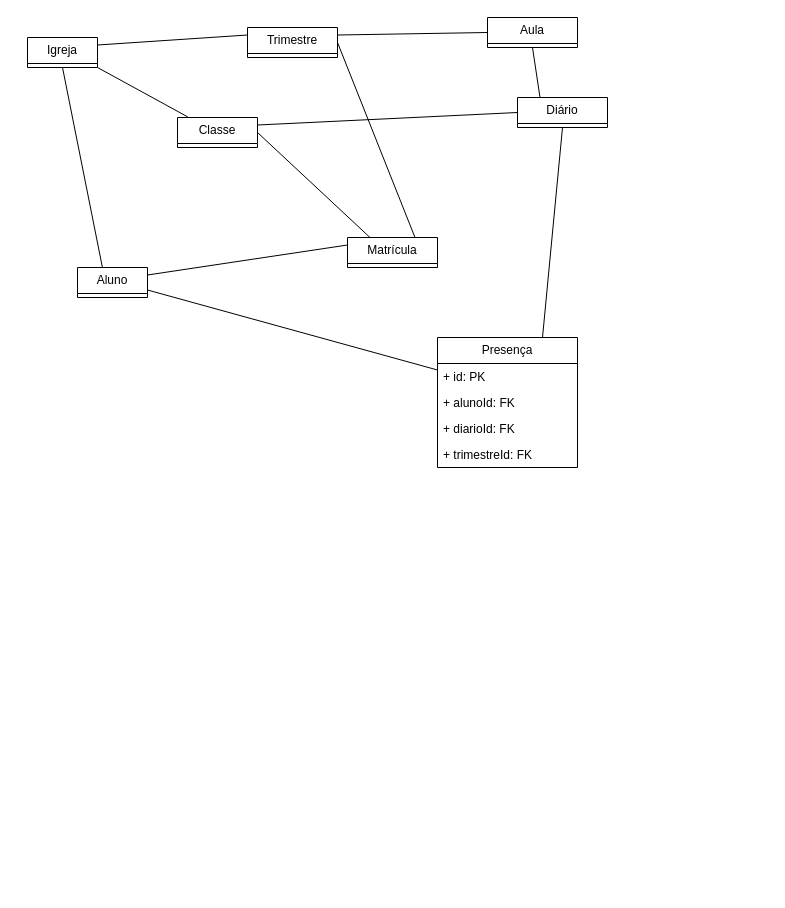
Above: page "Modelo de dados" (3 of 3) of EBD.drawio in gelira/ebd (draw.io), before the change. Source tidied: cells renumbered, new cells numbered last; positions are measured from the earlier drawing's top-left corner, leaving out a move shared by most shapes. Both pictures are drawn from the tidied source at 100%, with x=0, y=0 at pixel (27, 17).
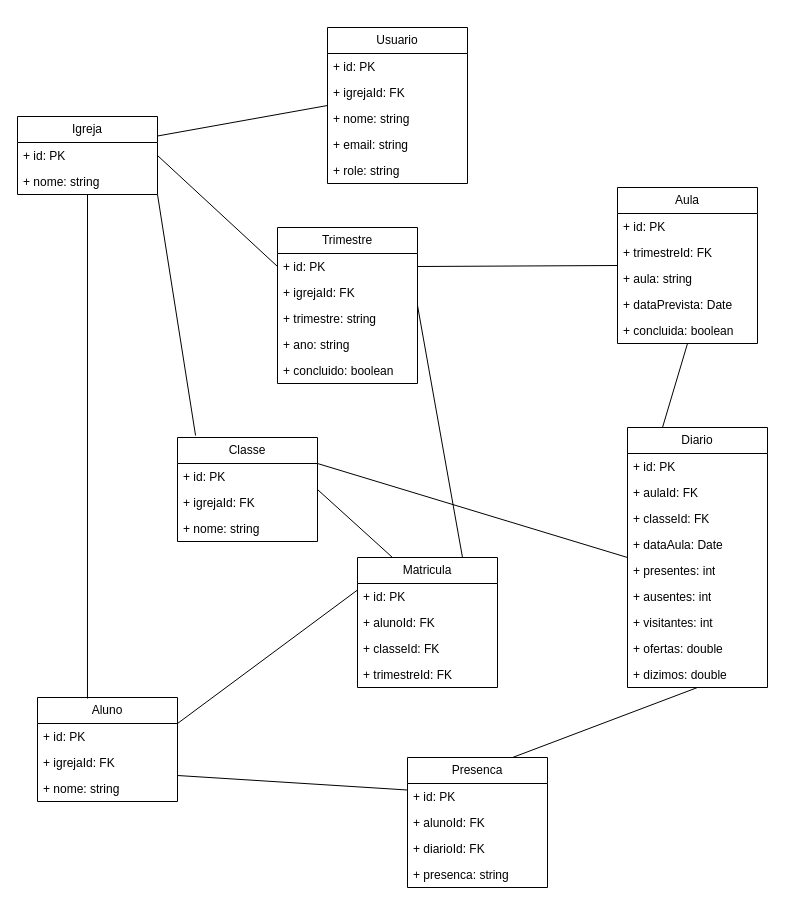
The same page after the edit.

Commit message:
chore: data model update

What changed in the source:
```diff
@@
-    <mxCell id="2" value="Aluno" style="swimlane;fontStyle=0;horizontal=1;startSize=26;fillColor=none;whiteSpace=wrap;html=1;shadow=0;" parent="1" vertex="1" collapsed="1">
-      <mxGeometry x="50" y="250" width="70" height="30" as="geometry" />
+    <mxCell id="2" value="Aluno" style="swimlane;fontStyle=0;horizontal=1;startSize=26;fillColor=none;whiteSpace=wrap;html=1;shadow=0;" parent="1" vertex="1">
+      <mxGeometry x="10" y="680" width="140" height="104" as="geometry" />
     </mxCell>
+    <mxCell id="25" value="+ id: PK" style="text;strokeColor=none;fillColor=none;align=left;verticalAlign=top;spacingLeft=4;spacingRight=4;overflow=hidden;whiteSpace=wrap;html=1;" parent="2" vertex="1">
+      <mxGeometry y="26" width="140" height="26" as="geometry" />
+    </mxCell>
+    <mxCell id="26" value="+ igrejaId: FK" style="text;strokeColor=none;fillColor=none;align=left;verticalAlign=top;spacingLeft=4;spacingRight=4;overflow=hidden;whiteSpace=wrap;html=1;" parent="2" vertex="1">
+      <mxGeometry y="52" width="140" height="26" as="geometry" />
+    </mxCell>
+    <mxCell id="27" value="+ nome: string" style="text;strokeColor=none;fillColor=none;align=left;verticalAlign=top;spacingLeft=4;spacingRight=4;overflow=hidden;whiteSpace=wrap;html=1;" parent="2" vertex="1">
+      <mxGeometry y="78" width="140" height="26" as="geometry" />
+    </mxCell>
-    <mxCell id="3" style="rounded=0;jettySize=auto;html=1;exitX=1;exitY=0.25;exitDx=0;exitDy=0;entryX=0;entryY=0.25;entryDx=0;entryDy=0;endArrow=none;startFill=0;strokeColor=default;" parent="1" edge="1" source="4" target="7">
+    <mxCell id="3" style="rounded=0;jettySize=auto;html=1;exitX=1;exitY=0.5;exitDx=0;exitDy=0;entryX=0;entryY=0.25;entryDx=0;entryDy=0;endArrow=none;startFill=0;strokeColor=default;" parent="1" edge="1" source="4" target="7">
       <mxGeometry relative="1" as="geometry" />
     </mxCell>
-    <mxCell id="4" value="Igreja" style="swimlane;fontStyle=0;horizontal=1;startSize=26;fillColor=none;whiteSpace=wrap;html=1;" parent="1" vertex="1" collapsed="1">
-      <mxGeometry y="20" width="70" height="30" as="geometry" />
+    <mxCell id="4" value="Igreja" style="swimlane;fontStyle=0;horizontal=1;startSize=26;fillColor=none;whiteSpace=wrap;html=1;" parent="1" vertex="1">
+      <mxGeometry x="-10" y="99" width="140" height="78" as="geometry" />
     </mxCell>
+    <mxCell id="28" value="+ id: PK" style="text;strokeColor=none;fillColor=none;align=left;verticalAlign=top;spacingLeft=4;spacingRight=4;overflow=hidden;whiteSpace=wrap;html=1;" parent="4" vertex="1">
+      <mxGeometry y="26" width="140" height="26" as="geometry" />
+    </mxCell>
+    <mxCell id="29" value="+ nome: string" style="text;strokeColor=none;fillColor=none;align=left;verticalAlign=top;spacingLeft=4;spacingRight=4;overflow=hidden;whiteSpace=wrap;html=1;" parent="4" vertex="1">
+      <mxGeometry y="52" width="140" height="26" as="geometry" />
+    </mxCell>
-    <mxCell id="5" value="Classe" style="swimlane;fontStyle=0;horizontal=1;startSize=26;fillColor=none;whiteSpace=wrap;html=1;" parent="1" vertex="1" collapsed="1">
-      <mxGeometry x="150" y="100" width="80" height="30" as="geometry" />
+    <mxCell id="5" value="Classe" style="swimlane;fontStyle=0;horizontal=1;startSize=26;fillColor=none;whiteSpace=wrap;html=1;" parent="1" vertex="1">
+      <mxGeometry x="150" y="420" width="140" height="104" as="geometry" />
     </mxCell>
+    <mxCell id="30" value="+ id: PK" style="text;strokeColor=none;fillColor=none;align=left;verticalAlign=top;spacingLeft=4;spacingRight=4;overflow=hidden;whiteSpace=wrap;html=1;" parent="5" vertex="1">
+      <mxGeometry y="26" width="140" height="26" as="geometry" />
+    </mxCell>
+    <mxCell id="31" value="+ igrejaId: FK" style="text;strokeColor=none;fillColor=none;align=left;verticalAlign=top;spacingLeft=4;spacingRight=4;overflow=hidden;whiteSpace=wrap;html=1;" parent="5" vertex="1">
+      <mxGeometry y="52" width="140" height="26" as="geometry" />
+    </mxCell>
+    <mxCell id="32" value="+ nome: string" style="text;strokeColor=none;fillColor=none;align=left;verticalAlign=top;spacingLeft=4;spacingRight=4;overflow=hidden;whiteSpace=wrap;html=1;" parent="5" vertex="1">
+      <mxGeometry y="78" width="140" height="26" as="geometry" />
+    </mxCell>
@@
-    <mxCell id="7" value="Trimestre" style="swimlane;fontStyle=0;horizontal=1;startSize=26;fillColor=none;whiteSpace=wrap;html=1;" parent="1" vertex="1" collapsed="1">
-      <mxGeometry x="220" y="10" width="90" height="30" as="geometry" />
+    <mxCell id="7" value="Trimestre" style="swimlane;fontStyle=0;horizontal=1;startSize=26;fillColor=none;whiteSpace=wrap;html=1;" parent="1" vertex="1">
+      <mxGeometry x="250" y="210" width="140" height="156" as="geometry" />
     </mxCell>
+    <mxCell id="33" value="+ id: PK" style="text;strokeColor=none;fillColor=none;align=left;verticalAlign=top;spacingLeft=4;spacingRight=4;overflow=hidden;whiteSpace=wrap;html=1;" parent="7" vertex="1">
+      <mxGeometry y="26" width="140" height="26" as="geometry" />
+    </mxCell>
+    <mxCell id="34" value="+ igrejaId: FK" style="text;strokeColor=none;fillColor=none;align=left;verticalAlign=top;spacingLeft=4;spacingRight=4;overflow=hidden;whiteSpace=wrap;html=1;" parent="7" vertex="1">
+      <mxGeometry y="52" width="140" height="26" as="geometry" />
+    </mxCell>
+    <mxCell id="35" value="+ trimestre: string" style="text;strokeColor=none;fillColor=none;align=left;verticalAlign=top;spacingLeft=4;spacingRight=4;overflow=hidden;whiteSpace=wrap;html=1;" parent="7" vertex="1">
+      <mxGeometry y="78" width="140" height="26" as="geometry" />
+    </mxCell>
+    <mxCell id="36" value="+ ano: string" style="text;strokeColor=none;fillColor=none;align=left;verticalAlign=top;spacingLeft=4;spacingRight=4;overflow=hidden;whiteSpace=wrap;html=1;" parent="7" vertex="1">
+      <mxGeometry y="104" width="140" height="26" as="geometry" />
+    </mxCell>
+    <mxCell id="37" value="+ concluido: boolean" style="text;strokeColor=none;fillColor=none;align=left;verticalAlign=top;spacingLeft=4;spacingRight=4;overflow=hidden;whiteSpace=wrap;html=1;" parent="7" vertex="1">
+      <mxGeometry y="130" width="140" height="26" as="geometry" />
+    </mxCell>
@@
-    <mxCell id="13" value="Matrícula" style="swimlane;fontStyle=0;horizontal=1;startSize=26;fillColor=none;whiteSpace=wrap;html=1;" parent="1" vertex="1" collapsed="1">
-      <mxGeometry x="320" y="220" width="90" height="30" as="geometry" />
+    <mxCell id="13" value="Matricula" style="swimlane;fontStyle=0;horizontal=1;startSize=26;fillColor=none;whiteSpace=wrap;html=1;" parent="1" vertex="1">
+      <mxGeometry x="330" y="540" width="140" height="130" as="geometry" />
     </mxCell>
+    <mxCell id="38" value="+ id: PK" style="text;strokeColor=none;fillColor=none;align=left;verticalAlign=top;spacingLeft=4;spacingRight=4;overflow=hidden;whiteSpace=wrap;html=1;" parent="13" vertex="1">
+      <mxGeometry y="26" width="140" height="26" as="geometry" />
+    </mxCell>
+    <mxCell id="39" value="+ alunoId: FK" style="text;strokeColor=none;fillColor=none;align=left;verticalAlign=top;spacingLeft=4;spacingRight=4;overflow=hidden;whiteSpace=wrap;html=1;" parent="13" vertex="1">
+      <mxGeometry y="52" width="140" height="26" as="geometry" />
+    </mxCell>
+    <mxCell id="40" value="+ classeId: FK" style="text;strokeColor=none;fillColor=none;align=left;verticalAlign=top;spacingLeft=4;spacingRight=4;overflow=hidden;whiteSpace=wrap;html=1;" parent="13" vertex="1">
+      <mxGeometry y="78" width="140" height="26" as="geometry" />
+    </mxCell>
+    <mxCell id="41" value="+ trimestreId: FK" style="text;strokeColor=none;fillColor=none;align=left;verticalAlign=top;spacingLeft=4;spacingRight=4;overflow=hidden;whiteSpace=wrap;html=1;" parent="13" vertex="1">
+      <mxGeometry y="104" width="140" height="26" as="geometry" />
+    </mxCell>
-    <mxCell id="14" value="Aula" style="swimlane;fontStyle=0;horizontal=1;startSize=26;fillColor=none;whiteSpace=wrap;html=1;" parent="1" vertex="1" collapsed="1">
-      <mxGeometry x="460" width="90" height="30" as="geometry" />
+    <mxCell id="14" value="Aula" style="swimlane;fontStyle=0;horizontal=1;startSize=26;fillColor=none;whiteSpace=wrap;html=1;" parent="1" vertex="1">
+      <mxGeometry x="590" y="170" width="140" height="156" as="geometry" />
     </mxCell>
+    <mxCell id="42" value="+ id: PK" style="text;strokeColor=none;fillColor=none;align=left;verticalAlign=top;spacingLeft=4;spacingRight=4;overflow=hidden;whiteSpace=wrap;html=1;" parent="14" vertex="1">
+      <mxGeometry y="26" width="140" height="26" as="geometry" />
+    </mxCell>
+    <mxCell id="43" value="+ trimestreId: FK" style="text;strokeColor=none;fillColor=none;align=left;verticalAlign=top;spacingLeft=4;spacingRight=4;overflow=hidden;whiteSpace=wrap;html=1;" parent="14" vertex="1">
+      <mxGeometry y="52" width="140" height="26" as="geometry" />
+    </mxCell>
+    <mxCell id="44" value="+ aula: string" style="text;strokeColor=none;fillColor=none;align=left;verticalAlign=top;spacingLeft=4;spacingRight=4;overflow=hidden;whiteSpace=wrap;html=1;" parent="14" vertex="1">
+      <mxGeometry y="78" width="140" height="26" as="geometry" />
+    </mxCell>
+    <mxCell id="45" value="+ dataPrevista: Date" style="text;strokeColor=none;fillColor=none;align=left;verticalAlign=top;spacingLeft=4;spacingRight=4;overflow=hidden;whiteSpace=wrap;html=1;" parent="14" vertex="1">
+      <mxGeometry y="104" width="140" height="26" as="geometry" />
+    </mxCell>
+    <mxCell id="46" value="+ concluida: boolean" style="text;strokeColor=none;fillColor=none;align=left;verticalAlign=top;spacingLeft=4;spacingRight=4;overflow=hidden;whiteSpace=wrap;html=1;" parent="14" vertex="1">
+      <mxGeometry y="130" width="140" height="26" as="geometry" />
+    </mxCell>
@@
-    <mxCell id="17" value="Diário" style="swimlane;fontStyle=0;horizontal=1;startSize=26;fillColor=none;whiteSpace=wrap;html=1;" parent="1" vertex="1" collapsed="1">
-      <mxGeometry x="490" y="80" width="90" height="30" as="geometry" />
+    <mxCell id="17" value="Diario" style="swimlane;fontStyle=0;horizontal=1;startSize=26;fillColor=none;whiteSpace=wrap;html=1;" parent="1" vertex="1">
+      <mxGeometry x="600" y="410" width="140" height="260" as="geometry" />
     </mxCell>
+    <mxCell id="47" value="+ id: PK" style="text;strokeColor=none;fillColor=none;align=left;verticalAlign=top;spacingLeft=4;spacingRight=4;overflow=hidden;whiteSpace=wrap;html=1;" parent="17" vertex="1">
+      <mxGeometry y="26" width="140" height="26" as="geometry" />
+    </mxCell>
+    <mxCell id="48" value="+ aulaId: FK" style="text;strokeColor=none;fillColor=none;align=left;verticalAlign=top;spacingLeft=4;spacingRight=4;overflow=hidden;whiteSpace=wrap;html=1;" parent="17" vertex="1">
+      <mxGeometry y="52" width="140" height="26" as="geometry" />
+    </mxCell>
+    <mxCell id="49" value="+ classeId: FK" style="text;strokeColor=none;fillColor=none;align=left;verticalAlign=top;spacingLeft=4;spacingRight=4;overflow=hidden;whiteSpace=wrap;html=1;" parent="17" vertex="1">
+      <mxGeometry y="78" width="140" height="26" as="geometry" />
+    </mxCell>
+    <mxCell id="50" value="+ dataAula: Date" style="text;strokeColor=none;fillColor=none;align=left;verticalAlign=top;spacingLeft=4;spacingRight=4;overflow=hidden;whiteSpace=wrap;html=1;" parent="17" vertex="1">
+      <mxGeometry y="104" width="140" height="26" as="geometry" />
+    </mxCell>
+    <mxCell id="51" value="+ presentes: int" style="text;strokeColor=none;fillColor=none;align=left;verticalAlign=top;spacingLeft=4;spacingRight=4;overflow=hidden;whiteSpace=wrap;html=1;" parent="17" vertex="1">
+      <mxGeometry y="130" width="140" height="26" as="geometry" />
+    </mxCell>
+    <mxCell id="52" value="+ ausentes: int" style="text;strokeColor=none;fillColor=none;align=left;verticalAlign=top;spacingLeft=4;spacingRight=4;overflow=hidden;whiteSpace=wrap;html=1;" parent="17" vertex="1">
+      <mxGeometry y="156" width="140" height="26" as="geometry" />
+    </mxCell>
+    <mxCell id="53" value="+ visitantes: int" style="text;strokeColor=none;fillColor=none;align=left;verticalAlign=top;spacingLeft=4;spacingRight=4;overflow=hidden;whiteSpace=wrap;html=1;" parent="17" vertex="1">
+      <mxGeometry y="182" width="140" height="26" as="geometry" />
+    </mxCell>
+    <mxCell id="54" value="+ ofertas: double" style="text;strokeColor=none;fillColor=none;align=left;verticalAlign=top;spacingLeft=4;spacingRight=4;overflow=hidden;whiteSpace=wrap;html=1;" parent="17" vertex="1">
+      <mxGeometry y="208" width="140" height="26" as="geometry" />
+    </mxCell>
+    <mxCell id="55" value="+ dizimos: double" style="text;strokeColor=none;fillColor=none;align=left;verticalAlign=top;spacingLeft=4;spacingRight=4;overflow=hidden;whiteSpace=wrap;html=1;" parent="17" vertex="1">
+      <mxGeometry y="234" width="140" height="26" as="geometry" />
+    </mxCell>
@@
-    <mxCell id="20" value="Presença" style="swimlane;fontStyle=0;horizontal=1;startSize=26;fillColor=none;whiteSpace=wrap;html=1;" parent="1" vertex="1">
-      <mxGeometry x="410" y="320" width="140" height="130" as="geometry" />
+    <mxCell id="20" value="Presenca" style="swimlane;fontStyle=0;horizontal=1;startSize=26;fillColor=none;whiteSpace=wrap;html=1;" parent="1" vertex="1">
+      <mxGeometry x="380" y="740" width="140" height="130" as="geometry" />
     </mxCell>
@@
-    <mxCell id="24" value="+ trimestreId: FK" style="text;strokeColor=none;fillColor=none;align=left;verticalAlign=top;spacingLeft=4;spacingRight=4;overflow=hidden;whiteSpace=wrap;html=1;" parent="20" vertex="1">
+    <mxCell id="24" value="+ presenca: string" style="text;strokeColor=none;fillColor=none;align=left;verticalAlign=top;spacingLeft=4;spacingRight=4;overflow=hidden;whiteSpace=wrap;html=1;" parent="20" vertex="1">
       <mxGeometry y="104" width="140" height="26" as="geometry" />
     </mxCell>
+    <mxCell id="56" style="rounded=0;jettySize=auto;html=1;exitX=0;exitY=0.5;exitDx=0;exitDy=0;entryX=1;entryY=0.25;entryDx=0;entryDy=0;endArrow=none;startFill=0;" parent="1" edge="1" source="57" target="4">
+      <mxGeometry relative="1" as="geometry" />
+    </mxCell>
+    <mxCell id="57" value="Usuario" style="swimlane;fontStyle=0;horizontal=1;startSize=26;fillColor=none;whiteSpace=wrap;html=1;" parent="1" vertex="1">
+      <mxGeometry x="300" y="10" width="140" height="156" as="geometry" />
+    </mxCell>
+    <mxCell id="58" value="+ id: PK" style="text;strokeColor=none;fillColor=none;align=left;verticalAlign=top;spacingLeft=4;spacingRight=4;overflow=hidden;whiteSpace=wrap;html=1;" parent="57" vertex="1">
+      <mxGeometry y="26" width="140" height="26" as="geometry" />
+    </mxCell>
+    <mxCell id="59" value="+ igrejaId: FK" style="text;strokeColor=none;fillColor=none;align=left;verticalAlign=top;spacingLeft=4;spacingRight=4;overflow=hidden;whiteSpace=wrap;html=1;" parent="57" vertex="1">
+      <mxGeometry y="52" width="140" height="26" as="geometry" />
+    </mxCell>
+    <mxCell id="60" value="+ nome: string" style="text;strokeColor=none;fillColor=none;align=left;verticalAlign=top;spacingLeft=4;spacingRight=4;overflow=hidden;whiteSpace=wrap;html=1;" parent="57" vertex="1">
+      <mxGeometry y="78" width="140" height="26" as="geometry" />
+    </mxCell>
+    <mxCell id="61" value="+ email: string" style="text;strokeColor=none;fillColor=none;align=left;verticalAlign=top;spacingLeft=4;spacingRight=4;overflow=hidden;whiteSpace=wrap;html=1;" parent="57" vertex="1">
+      <mxGeometry y="104" width="140" height="26" as="geometry" />
+    </mxCell>
+    <mxCell id="62" value="+ role: string" style="text;strokeColor=none;fillColor=none;align=left;verticalAlign=top;spacingLeft=4;spacingRight=4;overflow=hidden;whiteSpace=wrap;html=1;" parent="57" vertex="1">
+      <mxGeometry y="130" width="140" height="26" as="geometry" />
+    </mxCell>
```
